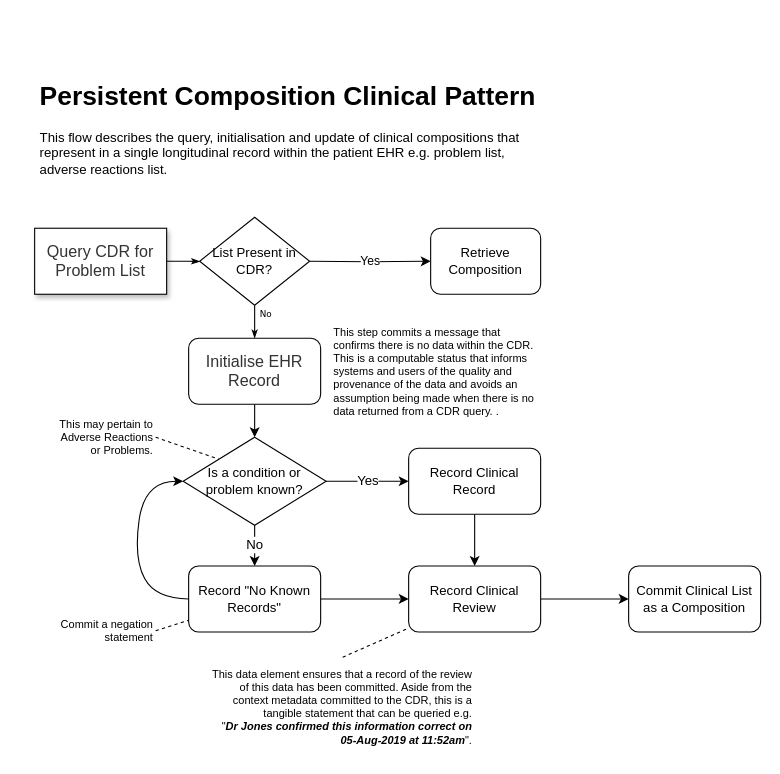
This is Persistent Clinical Composition Pattern.drawio from johnmeredith/OpenEHR-NWIS-Pilot, a draw.io file, before an edit. Source tidied: cells renumbered, new cells numbered last; positions are measured from the earlier drawing's top-left corner, leaving out a move shared by most shapes. Both pictures are drawn from the tidied source at 110%, with x=0, y=0 at pixel (34, 74).
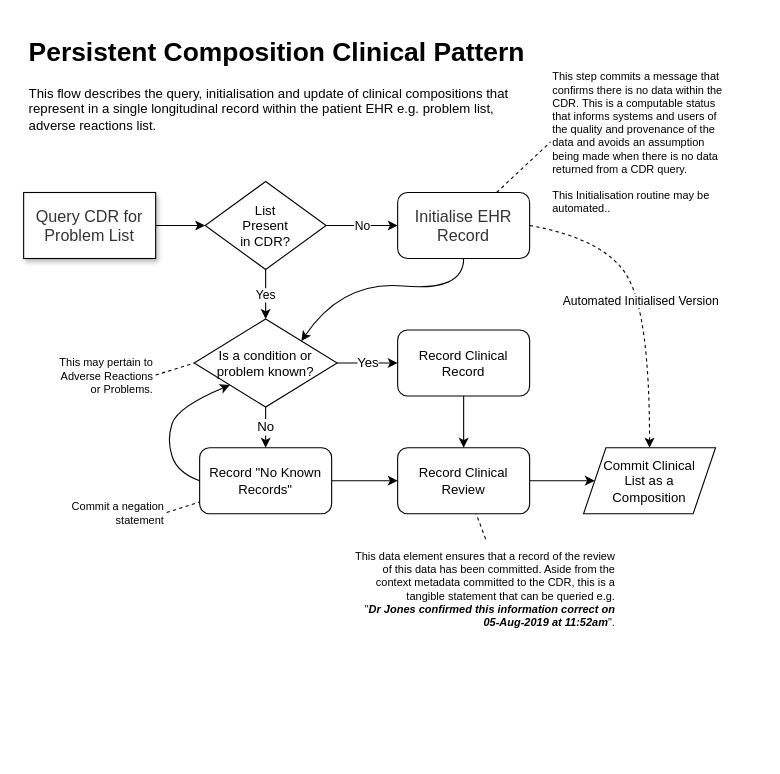
The same diagram, later.

What changed in the source:
```diff
@@
-    <mxCell id="2" style="edgeStyle=orthogonalEdgeStyle;rounded=0;html=1;labelBackgroundColor=none;startSize=5;endArrow=classicThin;endFill=1;endSize=5;jettySize=auto;strokeColor=#000000;strokeWidth=1;fontFamily=Verdana;fontSize=8;fontColor=#000000;" parent="1" edge="1" source="3">
-      <mxGeometry relative="1" as="geometry">
-        <mxPoint x="150.4" y="170.2" as="targetPoint" />
-      </mxGeometry>
-    </mxCell>
+    <mxCell id="29" style="edgeStyle=orthogonalEdgeStyle;rounded=0;jettySize=auto;html=1;" parent="1" edge="1" source="3" target="10">
+      <mxGeometry relative="1" as="geometry" />
+    </mxCell>
     <mxCell id="3" value="&lt;span style=&quot;font-size: 11.0pt ; line-height: 115% ; font-family: &amp;#34;arial&amp;#34; , sans-serif ; color: #333333&quot;&gt;Query CDR for &lt;br&gt;Problem List&lt;/span&gt;" style="rounded=0;whiteSpace=wrap;html=1;shadow=1;labelBackgroundColor=none;strokeColor=#000000;strokeWidth=1;fillColor=#ffffff;fontFamily=Verdana;fontSize=8;fontColor=#000000;align=center;" parent="1" vertex="1">
-      <mxGeometry y="140" width="120" height="60" as="geometry" />
+      <mxGeometry x="-10" y="107.5" width="120" height="60" as="geometry" />
     </mxCell>
+    <mxCell id="7" value="&lt;span style=&quot;font-size: 11.0pt ; line-height: 115% ; font-family: &amp;#34;arial&amp;#34; , sans-serif ; color: #333333&quot;&gt;Initialise EHR Record&lt;/span&gt;" style="rounded=1;whiteSpace=wrap;html=1;" parent="1" vertex="1">
+      <mxGeometry x="330" y="107.5" width="120" height="60" as="geometry" />
+    </mxCell>
+    <mxCell id="8" value="&lt;h1&gt;Persistent Composition Clinical Pattern&lt;/h1&gt;&lt;p&gt;This flow describes the query, initialisation and update of clinical compositions that represent in a single longitudinal record within the patient EHR e.g. problem list, adverse reactions list.&amp;nbsp;&lt;/p&gt;" style="text;html=1;strokeColor=none;fillColor=none;spacing=5;spacingTop=-20;whiteSpace=wrap;overflow=hidden;rounded=0;" parent="1" vertex="1">
+      <mxGeometry x="-10" y="-40" width="460" height="130" as="geometry" />
+    </mxCell>
-    <mxCell id="4" value="No" style="edgeStyle=orthogonalEdgeStyle;rounded=0;html=1;labelBackgroundColor=none;startSize=5;endArrow=classicThin;endFill=1;endSize=5;jettySize=auto;strokeColor=#000000;strokeWidth=1;fontFamily=Verdana;fontSize=8;fontColor=#000000;exitX=0.5;exitY=1;exitDx=0;exitDy=0;" parent="1" edge="1" source="10">
-      <mxGeometry x="-0.5" y="10" relative="1" as="geometry">
-        <mxPoint x="200" y="240" as="targetPoint" />
-      </mxGeometry>
+    <mxCell id="4" value="No" style="edgeStyle=orthogonalEdgeStyle;rounded=0;jettySize=auto;html=1;" parent="1" edge="1" source="10" target="7">
+      <mxGeometry relative="1" as="geometry" />
     </mxCell>
-    <mxCell id="5" value="Yes" style="edgeStyle=orthogonalEdgeStyle;rounded=0;jettySize=auto;html=1;entryX=0;entryY=0.5;entryDx=0;entryDy=0;" parent="1" edge="1" target="9">
-      <mxGeometry relative="1" as="geometry">
-        <mxPoint x="250" y="170" as="sourcePoint" />
-      </mxGeometry>
+    <mxCell id="5" value="Yes" style="edgeStyle=orthogonalEdgeStyle;rounded=0;jettySize=auto;html=1;" parent="1" edge="1" source="10" target="14">
+      <mxGeometry relative="1" as="geometry" />
     </mxCell>
-    <mxCell id="6" style="edgeStyle=orthogonalEdgeStyle;rounded=0;jettySize=auto;html=1;" parent="1" edge="1" source="7" target="14">
-      <mxGeometry relative="1" as="geometry" />
-    </mxCell>
-    <mxCell id="7" value="&lt;span style=&quot;font-size: 11.0pt ; line-height: 115% ; font-family: &amp;#34;arial&amp;#34; , sans-serif ; color: #333333&quot;&gt;Initialise EHR Record&lt;/span&gt;" style="rounded=1;whiteSpace=wrap;html=1;" parent="1" vertex="1">
-      <mxGeometry x="140" y="240" width="120" height="60" as="geometry" />
-    </mxCell>
-    <mxCell id="8" value="&lt;h1&gt;Persistent Composition Clinical Pattern&lt;/h1&gt;&lt;p&gt;This flow describes the query, initialisation and update of clinical compositions that represent in a single longitudinal record within the patient EHR e.g. problem list, adverse reactions list.&amp;nbsp;&lt;/p&gt;" style="text;html=1;strokeColor=none;fillColor=none;spacing=5;spacingTop=-20;whiteSpace=wrap;overflow=hidden;rounded=0;" parent="1" vertex="1">
-      <mxGeometry width="460" height="130" as="geometry" />
-    </mxCell>
-    <mxCell id="9" value="Retrieve Composition" style="rounded=1;whiteSpace=wrap;html=1;" parent="1" vertex="1">
-      <mxGeometry x="360" y="140" width="100" height="60" as="geometry" />
-    </mxCell>
-    <mxCell id="10" value="List Present in CDR?" style="rhombus;whiteSpace=wrap;html=1;" parent="1" vertex="1">
-      <mxGeometry x="150" y="130" width="100" height="80" as="geometry" />
+    <mxCell id="10" value="List &lt;br&gt;Present &lt;br&gt;in CDR?" style="rhombus;whiteSpace=wrap;html=1;" parent="1" vertex="1">
+      <mxGeometry x="155" y="97.5" width="110" height="80" as="geometry" />
     </mxCell>
-    <mxCell id="11" value="This step commits a message that confirms there is no data within the CDR. This is a computable status that informs systems and users of the quality and provenance of the data and avoids an assumption being made when there is no data returned from a CDR query. .&amp;nbsp;" style="text;html=1;strokeColor=none;fillColor=none;align=left;verticalAlign=middle;whiteSpace=wrap;rounded=0;fontSize=10;" parent="1" vertex="1">
-      <mxGeometry x="270" y="222.5" width="190" height="95" as="geometry" />
+    <mxCell id="11" value="This step commits a message that confirms there is no data within the CDR. This is a computable status that informs systems and users of the quality and provenance of the data and avoids an assumption being made when there is no data returned from a CDR query.&lt;br&gt;&lt;br&gt;This Initialisation routine may be automated..&amp;nbsp;" style="text;html=1;strokeColor=none;fillColor=none;align=left;verticalAlign=middle;whiteSpace=wrap;rounded=0;fontSize=10;" parent="1" vertex="1">
+      <mxGeometry x="469" y="-14.5" width="161" height="152" as="geometry" />
     </mxCell>
@@
     <mxCell id="14" value="Is a condition or problem known?" style="rhombus;whiteSpace=wrap;html=1;" parent="1" vertex="1">
-      <mxGeometry x="135" y="330" width="130" height="80" as="geometry" />
+      <mxGeometry x="145" y="222.5" width="130" height="80" as="geometry" />
     </mxCell>
     <mxCell id="15" value="This may pertain to Adverse Reactions or Problems." style="text;html=1;strokeColor=none;fillColor=none;align=right;verticalAlign=middle;whiteSpace=wrap;rounded=0;fontSize=10;" parent="1" vertex="1">
-      <mxGeometry x="20" y="301" width="90" height="58" as="geometry" />
+      <mxGeometry x="20" y="244.5" width="90" height="58" as="geometry" />
     </mxCell>
-    <mxCell id="16" style="edgeStyle=orthogonalEdgeStyle;rounded=0;jettySize=auto;html=1;fontSize=12;" parent="1" edge="1" source="17" target="25">
+    <mxCell id="16" style="edgeStyle=orthogonalEdgeStyle;rounded=0;jettySize=auto;html=1;" parent="1" edge="1" source="17" target="25">
       <mxGeometry relative="1" as="geometry" />
     </mxCell>
     <mxCell id="17" value="Record &quot;No Known Records&quot;" style="rounded=1;whiteSpace=wrap;html=1;fontSize=12;align=center;" parent="1" vertex="1">
-      <mxGeometry x="140" y="447" width="120" height="60" as="geometry" />
+      <mxGeometry x="150" y="339.5" width="120" height="60" as="geometry" />
     </mxCell>
-    <mxCell id="18" style="curved=1;endArrow=classic;html=1;fontSize=12;entryX=0;entryY=0.5;entryDx=0;entryDy=0;exitX=0;exitY=0.5;exitDx=0;exitDy=0;" parent="1" edge="1" source="17" target="14">
+    <mxCell id="18" style="curved=1;endArrow=classic;html=1;fontSize=12;entryX=0;entryY=1;entryDx=0;entryDy=0;exitX=0;exitY=0.5;exitDx=0;exitDy=0;" parent="1" edge="1" source="17" target="14">
       <mxGeometry relative="1" as="geometry">
         <Array as="points">
-          <mxPoint x="110" y="477" />
-          <mxPoint x="90" y="440" />
-          <mxPoint x="100" y="370" />
+          <mxPoint x="130" y="362.5" />
+          <mxPoint x="120" y="332.5" />
+          <mxPoint x="130" y="302.5" />
         </Array>
       </mxGeometry>
     </mxCell>
-    <mxCell id="19" style="endArrow=none;dashed=1;html=1;fontSize=12;entryX=0;entryY=0;entryDx=0;entryDy=0;exitX=1;exitY=0.5;exitDx=0;exitDy=0;" parent="1" edge="1" source="15" target="14">
+    <mxCell id="19" style="endArrow=none;dashed=1;html=1;fontSize=12;entryX=0;entryY=0.5;entryDx=0;entryDy=0;exitX=1;exitY=0.5;exitDx=0;exitDy=0;" parent="1" edge="1" source="15" target="14">
       <mxGeometry relative="1" as="geometry" />
     </mxCell>
@@
     <mxCell id="21" value="Record Clinical Record" style="rounded=1;whiteSpace=wrap;html=1;fontSize=12;align=center;" parent="1" vertex="1">
-      <mxGeometry x="340" y="340" width="120" height="60" as="geometry" />
+      <mxGeometry x="330" y="232.5" width="120" height="60" as="geometry" />
     </mxCell>
     <mxCell id="22" value="Commit a negation statement" style="text;html=1;strokeColor=none;fillColor=none;align=right;verticalAlign=middle;whiteSpace=wrap;rounded=0;fontSize=10;" parent="1" vertex="1">
-      <mxGeometry x="20" y="482" width="90" height="48" as="geometry" />
+      <mxGeometry x="30" y="374.5" width="90" height="48" as="geometry" />
     </mxCell>
@@
-    <mxCell id="24" style="edgeStyle=orthogonalEdgeStyle;rounded=0;jettySize=auto;html=1;fontSize=12;" parent="1" edge="1" source="25" target="28">
+    <mxCell id="24" style="edgeStyle=orthogonalEdgeStyle;rounded=0;jettySize=auto;html=1;entryX=0;entryY=0.5;entryDx=0;entryDy=0;" parent="1" edge="1" source="25" target="28">
       <mxGeometry relative="1" as="geometry" />
     </mxCell>
     <mxCell id="25" value="Record Clinical Review" style="rounded=1;whiteSpace=wrap;html=1;fontSize=12;align=center;" parent="1" vertex="1">
-      <mxGeometry x="340" y="447" width="120" height="60" as="geometry" />
+      <mxGeometry x="330" y="339.5" width="120" height="60" as="geometry" />
     </mxCell>
     <mxCell id="26" value="This data element ensures that a record of the review of this data has been committed. Aside from the context metadata committed to the CDR, this is a tangible statement that can be queried e.g. &lt;br&gt;&quot;&lt;b style=&quot;font-style: italic&quot;&gt;Dr Jones confirmed this information correct on 05-Aug-2019 at 11:52am&lt;/b&gt;&quot;." style="text;html=1;strokeColor=none;fillColor=none;align=right;verticalAlign=middle;whiteSpace=wrap;rounded=0;fontSize=10;" parent="1" vertex="1">
-      <mxGeometry x="160" y="530" width="240" height="90" as="geometry" />
+      <mxGeometry x="290" y="422.5" width="240" height="90" as="geometry" />
     </mxCell>
@@
-    <mxCell id="28" value="Commit Clinical List as a Composition" style="rounded=1;whiteSpace=wrap;html=1;fontSize=12;align=center;" parent="1" vertex="1">
-      <mxGeometry x="540" y="447" width="120" height="60" as="geometry" />
+    <mxCell id="28" value="&lt;span style=&quot;white-space: normal&quot;&gt;Commit Clinical &lt;br&gt;List as a &lt;br&gt;Composition&lt;/span&gt;" style="shape=parallelogram;perimeter=parallelogramPerimeter;whiteSpace=wrap;html=1;size=0.1696969696969697;" parent="1" vertex="1">
+      <mxGeometry x="499" y="339.5" width="120" height="60" as="geometry" />
     </mxCell>
+    <mxCell id="6" style="curved=1;endArrow=classic;html=1;exitX=0.5;exitY=1;exitDx=0;exitDy=0;entryX=1;entryY=0;entryDx=0;entryDy=0;" parent="1" edge="1" source="7" target="14">
+      <mxGeometry relative="1" as="geometry">
+        <Array as="points">
+          <mxPoint x="390" y="197.5" />
+          <mxPoint x="280" y="187.5" />
+        </Array>
+      </mxGeometry>
+    </mxCell>
+    <mxCell id="30" style="endArrow=none;dashed=1;html=1;entryX=0;entryY=0.5;entryDx=0;entryDy=0;exitX=0.75;exitY=0;exitDx=0;exitDy=0;" parent="1" edge="1" source="7" target="11">
+      <mxGeometry relative="1" as="geometry" />
+    </mxCell>
+    <mxCell id="31" value="Automated Initialised Version" style="curved=1;endArrow=classic;html=1;entryX=0.5;entryY=0;entryDx=0;entryDy=0;exitX=1;exitY=0.5;exitDx=0;exitDy=0;dashed=1;" parent="1" edge="1" source="7" target="28">
+      <mxGeometry relative="1" as="geometry">
+        <Array as="points">
+          <mxPoint x="520" y="150" />
+          <mxPoint x="559" y="220" />
+        </Array>
+      </mxGeometry>
+    </mxCell>
```
